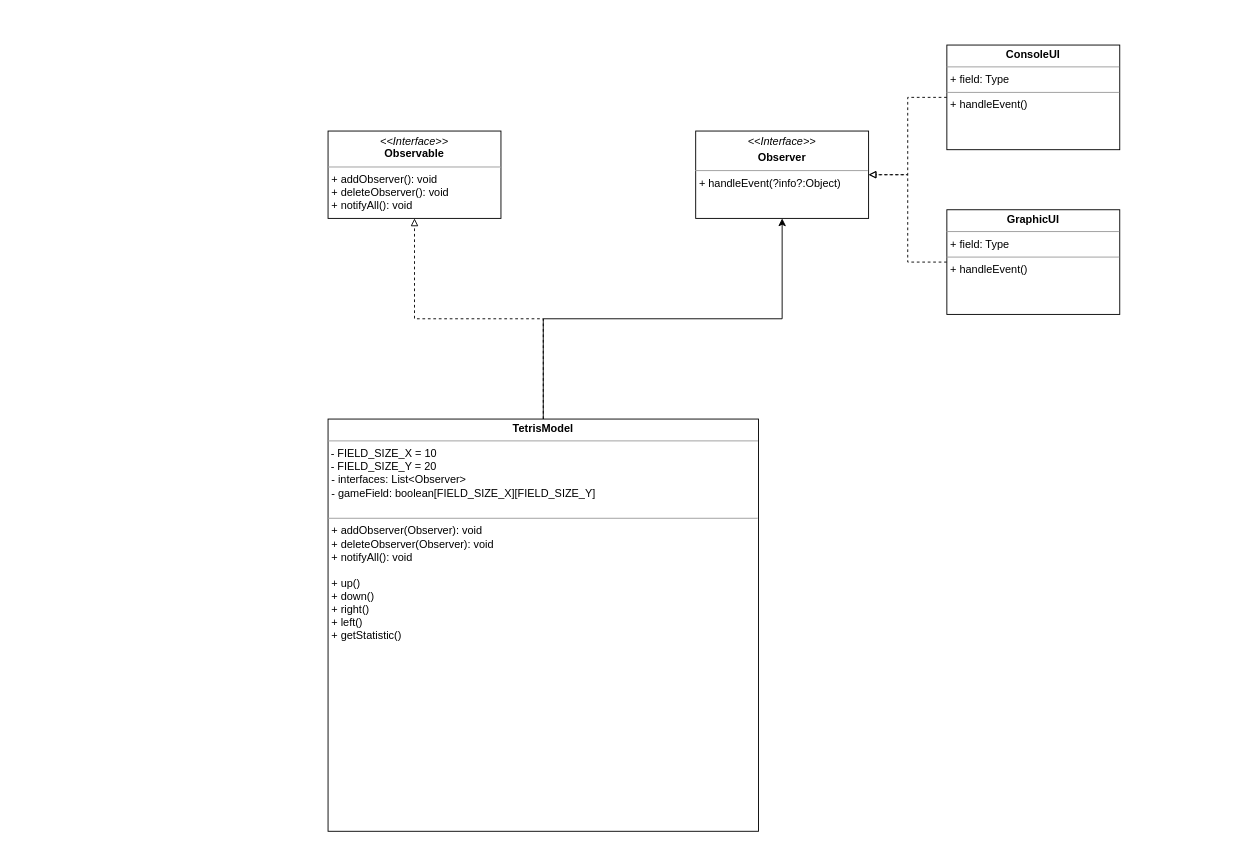
The draw.io diagram JAVA_OOP/uml/tetris.drawio in extio1/FIT_NSU4, before the edit. Source tidied: cells renumbered, new cells numbered last; positions are measured from the earlier drawing's top-left corner, leaving out a move shared by most shapes. Both pictures are drawn from the tidied source at 91%, with x=0, y=0 at pixel (328, 45).
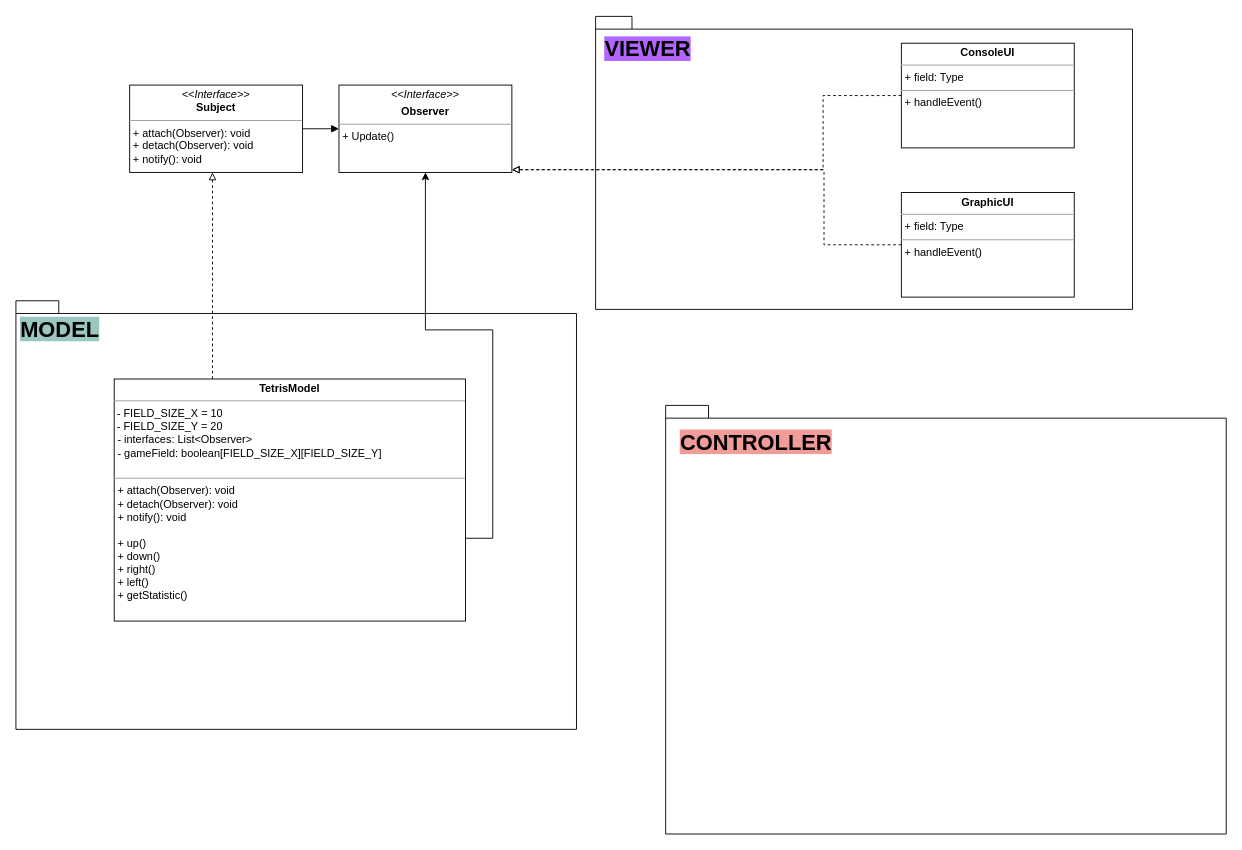
After the change.

The edit, as a diff of the source:
```diff
@@
-    <mxCell id="2" value="&lt;p style=&quot;margin:0px;margin-top:4px;text-align:center;&quot;&gt;&lt;i&gt;&amp;lt;&amp;lt;Interface&amp;gt;&amp;gt;&lt;/i&gt;&lt;br&gt;&lt;b&gt;Observable&lt;/b&gt;&lt;/p&gt;&lt;hr size=&quot;1&quot;&gt;&lt;p style=&quot;margin:0px;margin-left:4px;&quot;&gt;+ addObserver(): void&lt;br&gt;+ deleteObserver(): void&lt;/p&gt;&lt;p style=&quot;margin:0px;margin-left:4px;&quot;&gt;+ notifyAll(): void&lt;/p&gt;" style="verticalAlign=top;align=left;overflow=fill;fontSize=12;fontFamily=Helvetica;html=1;whiteSpace=wrap;" parent="1" vertex="1">
-      <mxGeometry y="94.5" width="190" height="96" as="geometry" />
-    </mxCell>
-    <mxCell id="3" style="edgeStyle=orthogonalEdgeStyle;rounded=0;orthogonalLoop=1;jettySize=auto;html=1;exitX=0.5;exitY=1;exitDx=0;exitDy=0;" parent="1" edge="1" source="2" target="2">
-      <mxGeometry relative="1" as="geometry" />
-    </mxCell>
+    <mxCell id="12" style="group;" parent="1" vertex="1">
+      <mxGeometry x="371" y="396" width="616" height="471" as="geometry" />
+    </mxCell>
+    <mxCell id="13" style="shape=folder;fontStyle=1;spacingTop=10;tabWidth=40;tabHeight=14;tabPosition=left;html=1;whiteSpace=wrap;" parent="12" vertex="1">
+      <mxGeometry width="616" height="471" as="geometry" />
+    </mxCell>
+    <mxCell id="14" value="&lt;font style=&quot;font-size: 24px; background-color: rgb(241, 156, 153);&quot;&gt;CONTROLLER&lt;/font&gt;" style="text;align=center;fontStyle=1;verticalAlign=middle;spacingLeft=3;spacingRight=3;strokeColor=none;html=1;" parent="12" vertex="1">
+      <mxGeometry x="59" y="28" width="80" height="26" as="geometry" />
+    </mxCell>
+    <mxCell id="15" style="group;" parent="1" vertex="1">
+      <mxGeometry x="294" y="-31.5" width="590" height="322" as="geometry" />
+    </mxCell>
+    <mxCell id="16" style="shape=folder;fontStyle=1;spacingTop=10;tabWidth=40;tabHeight=14;tabPosition=left;html=1;whiteSpace=wrap;" parent="15" vertex="1">
+      <mxGeometry width="590" height="322" as="geometry" />
+    </mxCell>
+    <mxCell id="17" value="&lt;font style=&quot;font-size: 24px; background-color: rgb(178, 102, 255);&quot;&gt;VIEWER&lt;/font&gt;" style="text;align=center;fontStyle=1;verticalAlign=middle;spacingLeft=3;spacingRight=3;strokeColor=none;html=1;" parent="15" vertex="1">
+      <mxGeometry x="17" y="23.5" width="80" height="26" as="geometry" />
+    </mxCell>
+    <mxCell id="18" style="group;" parent="1" vertex="1">
+      <mxGeometry x="-343" y="281" width="616" height="471" as="geometry" />
+    </mxCell>
+    <mxCell id="19" style="shape=folder;fontStyle=1;spacingTop=10;tabWidth=40;tabHeight=14;tabPosition=left;html=1;whiteSpace=wrap;" parent="18" vertex="1">
+      <mxGeometry width="616" height="471" as="geometry" />
+    </mxCell>
+    <mxCell id="20" value="&lt;font style=&quot;font-size: 24px; background-color: rgb(154, 199, 191);&quot;&gt;MODEL&lt;/font&gt;" style="text;align=center;fontStyle=1;verticalAlign=middle;spacingLeft=3;spacingRight=3;strokeColor=none;html=1;" parent="18" vertex="1">
+      <mxGeometry x="8" y="19" width="80" height="26" as="geometry" />
+    </mxCell>
+    <mxCell id="8" value="&lt;p style=&quot;margin:0px;margin-top:4px;text-align:center;&quot;&gt;&lt;b&gt;TetrisModel&lt;/b&gt;&lt;/p&gt;&lt;hr size=&quot;1&quot;&gt;&amp;nbsp;- FIELD_SIZE_X = 10&lt;br&gt;&amp;nbsp;- FIELD_SIZE_Y = 20&lt;br&gt;&lt;p style=&quot;margin:0px;margin-left:4px;&quot;&gt;- interfaces: List&amp;lt;Observer&amp;gt;&lt;/p&gt;&lt;p style=&quot;margin:0px;margin-left:4px;&quot;&gt;- gameField: boolean[FIELD_SIZE_X][FIELD_SIZE_Y]&lt;/p&gt;&lt;p style=&quot;margin:0px;margin-left:4px;&quot;&gt;&lt;br&gt;&lt;/p&gt;&lt;hr size=&quot;1&quot;&gt;&lt;p style=&quot;border-color: var(--border-color); margin: 0px 0px 0px 4px;&quot;&gt;+ attach(Observer): void&lt;br style=&quot;border-color: var(--border-color);&quot;&gt;+ detach(Observer): void&lt;/p&gt;&lt;p style=&quot;border-color: var(--border-color); margin: 0px 0px 0px 4px;&quot;&gt;+ notify(): void&lt;/p&gt;&lt;p style=&quot;border-color: var(--border-color); margin: 0px 0px 0px 4px;&quot;&gt;&lt;br&gt;&lt;/p&gt;&lt;p style=&quot;border-color: var(--border-color); margin: 0px 0px 0px 4px;&quot;&gt;+ up()&lt;/p&gt;&lt;p style=&quot;border-color: var(--border-color); margin: 0px 0px 0px 4px;&quot;&gt;+ down()&lt;/p&gt;&lt;p style=&quot;border-color: var(--border-color); margin: 0px 0px 0px 4px;&quot;&gt;+ right()&lt;/p&gt;&lt;p style=&quot;border-color: var(--border-color); margin: 0px 0px 0px 4px;&quot;&gt;+ left()&lt;/p&gt;&lt;p style=&quot;border-color: var(--border-color); margin: 0px 0px 0px 4px;&quot;&gt;+ getStatistic()&lt;/p&gt;&lt;p style=&quot;border-color: var(--border-color); margin: 0px 0px 0px 4px;&quot;&gt;&lt;br&gt;&lt;/p&gt;" style="verticalAlign=top;align=left;overflow=fill;fontSize=12;fontFamily=Helvetica;html=1;whiteSpace=wrap;" parent="18" vertex="1">
+      <mxGeometry x="108" y="86" width="386" height="266" as="geometry" />
+    </mxCell>
+    <mxCell id="21" style="edgeStyle=orthogonalEdgeStyle;rounded=0;jettySize=auto;html=1;endArrow=block;endFill=1;" parent="1" edge="1" source="2" target="9">
+      <mxGeometry relative="1" as="geometry" />
+    </mxCell>
     <mxCell id="4" style="edgeStyle=orthogonalEdgeStyle;rounded=0;jettySize=auto;html=1;endArrow=block;endFill=0;dashed=1;" parent="1" edge="1" source="5" target="9">
-      <mxGeometry relative="1" as="geometry" />
+      <mxGeometry relative="1" as="geometry">
+        <Array as="points">
+          <mxPoint x="545" y="219" />
+          <mxPoint x="545" y="137" />
+        </Array>
+      </mxGeometry>
     </mxCell>
     <mxCell id="5" value="&lt;p style=&quot;margin:0px;margin-top:4px;text-align:center;&quot;&gt;&lt;b&gt;GraphicUI&lt;/b&gt;&lt;/p&gt;&lt;hr size=&quot;1&quot;&gt;&lt;p style=&quot;margin:0px;margin-left:4px;&quot;&gt;+ field: Type&lt;/p&gt;&lt;hr size=&quot;1&quot;&gt;&lt;p style=&quot;margin:0px;margin-left:4px;&quot;&gt;+ handleEvent()&lt;br&gt;&lt;/p&gt;" style="verticalAlign=top;align=left;overflow=fill;fontSize=12;fontFamily=Helvetica;html=1;whiteSpace=wrap;" parent="1" vertex="1">
-      <mxGeometry x="680" y="181" width="190" height="115" as="geometry" />
+      <mxGeometry x="630" y="162" width="190" height="115" as="geometry" />
     </mxCell>
-    <mxCell id="6" style="edgeStyle=orthogonalEdgeStyle;rounded=0;jettySize=auto;html=1;dashed=1;endArrow=block;endFill=0;" parent="1" edge="1" source="8" target="2">
-      <mxGeometry relative="1" as="geometry" />
-    </mxCell>
-    <mxCell id="7" style="edgeStyle=orthogonalEdgeStyle;rounded=0;jettySize=auto;html=1;" parent="1" edge="1" source="8" target="9">
-      <mxGeometry relative="1" as="geometry" />
+    <mxCell id="7" style="edgeStyle=orthogonalEdgeStyle;rounded=0;jettySize=auto;html=1;entryX=0.5;entryY=1;entryDx=0;entryDy=0;" parent="1" edge="1" source="8" target="9">
+      <mxGeometry relative="1" as="geometry">
+        <Array as="points">
+          <mxPoint x="181" y="542" />
+          <mxPoint x="181" y="313" />
+          <mxPoint x="107" y="313" />
+        </Array>
+      </mxGeometry>
     </mxCell>
-    <mxCell id="8" value="&lt;p style=&quot;margin:0px;margin-top:4px;text-align:center;&quot;&gt;&lt;b&gt;TetrisModel&lt;/b&gt;&lt;/p&gt;&lt;hr size=&quot;1&quot;&gt;&amp;nbsp;- FIELD_SIZE_X = 10&lt;br&gt;&amp;nbsp;- FIELD_SIZE_Y = 20&lt;br&gt;&lt;p style=&quot;margin:0px;margin-left:4px;&quot;&gt;- interfaces: List&amp;lt;Observer&amp;gt;&lt;/p&gt;&lt;p style=&quot;margin:0px;margin-left:4px;&quot;&gt;- gameField: boolean[FIELD_SIZE_X][FIELD_SIZE_Y]&lt;/p&gt;&lt;p style=&quot;margin:0px;margin-left:4px;&quot;&gt;&lt;br&gt;&lt;/p&gt;&lt;hr size=&quot;1&quot;&gt;&lt;p style=&quot;border-color: var(--border-color); margin: 0px 0px 0px 4px;&quot;&gt;+ addObserver(Observer): void&lt;br style=&quot;border-color: var(--border-color);&quot;&gt;+ deleteObserver(Observer): void&lt;/p&gt;&lt;p style=&quot;border-color: var(--border-color); margin: 0px 0px 0px 4px;&quot;&gt;+ notifyAll(): void&lt;/p&gt;&lt;p style=&quot;border-color: var(--border-color); margin: 0px 0px 0px 4px;&quot;&gt;&lt;br&gt;&lt;/p&gt;&lt;p style=&quot;border-color: var(--border-color); margin: 0px 0px 0px 4px;&quot;&gt;+ up()&lt;/p&gt;&lt;p style=&quot;border-color: var(--border-color); margin: 0px 0px 0px 4px;&quot;&gt;+ down()&lt;/p&gt;&lt;p style=&quot;border-color: var(--border-color); margin: 0px 0px 0px 4px;&quot;&gt;+ right()&lt;/p&gt;&lt;p style=&quot;border-color: var(--border-color); margin: 0px 0px 0px 4px;&quot;&gt;+ left()&lt;/p&gt;&lt;p style=&quot;border-color: var(--border-color); margin: 0px 0px 0px 4px;&quot;&gt;+ getStatistic()&lt;/p&gt;&lt;p style=&quot;border-color: var(--border-color); margin: 0px 0px 0px 4px;&quot;&gt;&lt;br&gt;&lt;/p&gt;" style="verticalAlign=top;align=left;overflow=fill;fontSize=12;fontFamily=Helvetica;html=1;whiteSpace=wrap;" parent="1" vertex="1">
-      <mxGeometry y="411" width="473" height="453" as="geometry" />
-    </mxCell>
-    <mxCell id="9" value="&lt;p style=&quot;margin:0px;margin-top:4px;text-align:center;&quot;&gt;&lt;i&gt;&amp;lt;&amp;lt;Interface&amp;gt;&amp;gt;&lt;/i&gt;&lt;br&gt;&lt;/p&gt;&lt;p style=&quot;margin:0px;margin-top:4px;text-align:center;&quot;&gt;&lt;b style=&quot;border-color: var(--border-color);&quot;&gt;Observer&lt;/b&gt;&lt;br&gt;&lt;/p&gt;&lt;hr size=&quot;1&quot;&gt;&lt;p style=&quot;margin:0px;margin-left:4px;&quot;&gt;+ handleEvent(?info?:Object)&lt;/p&gt;" style="verticalAlign=top;align=left;overflow=fill;fontSize=12;fontFamily=Helvetica;html=1;whiteSpace=wrap;" parent="1" vertex="1">
-      <mxGeometry x="404" y="94.5" width="190" height="96" as="geometry" />
+    <mxCell id="9" value="&lt;p style=&quot;margin:0px;margin-top:4px;text-align:center;&quot;&gt;&lt;i&gt;&amp;lt;&amp;lt;Interface&amp;gt;&amp;gt;&lt;/i&gt;&lt;br&gt;&lt;/p&gt;&lt;p style=&quot;margin:0px;margin-top:4px;text-align:center;&quot;&gt;&lt;b style=&quot;border-color: var(--border-color);&quot;&gt;Observer&lt;/b&gt;&lt;br&gt;&lt;/p&gt;&lt;hr size=&quot;1&quot;&gt;&lt;p style=&quot;margin:0px;margin-left:4px;&quot;&gt;+ Update()&lt;/p&gt;" style="verticalAlign=top;align=left;overflow=fill;fontSize=12;fontFamily=Helvetica;html=1;whiteSpace=wrap;" parent="1" vertex="1">
+      <mxGeometry x="12" y="44" width="190" height="96" as="geometry" />
     </mxCell>
     <mxCell id="10" style="edgeStyle=orthogonalEdgeStyle;rounded=0;jettySize=auto;html=1;endArrow=block;endFill=0;dashed=1;" parent="1" edge="1" source="11" target="9">
-      <mxGeometry relative="1" as="geometry" />
+      <mxGeometry relative="1" as="geometry">
+        <Array as="points">
+          <mxPoint x="544" y="55" />
+          <mxPoint x="544" y="137" />
+        </Array>
+      </mxGeometry>
     </mxCell>
     <mxCell id="11" value="&lt;p style=&quot;margin:0px;margin-top:4px;text-align:center;&quot;&gt;&lt;b&gt;ConsoleUI&lt;/b&gt;&lt;/p&gt;&lt;hr size=&quot;1&quot;&gt;&lt;p style=&quot;margin:0px;margin-left:4px;&quot;&gt;+ field: Type&lt;/p&gt;&lt;hr size=&quot;1&quot;&gt;&lt;p style=&quot;margin:0px;margin-left:4px;&quot;&gt;+ handleEvent()&lt;br&gt;&lt;/p&gt;" style="verticalAlign=top;align=left;overflow=fill;fontSize=12;fontFamily=Helvetica;html=1;whiteSpace=wrap;" parent="1" vertex="1">
-      <mxGeometry x="680" width="190" height="115" as="geometry" />
+      <mxGeometry x="630" y="-2" width="190" height="115" as="geometry" />
     </mxCell>
+    <mxCell id="2" value="&lt;p style=&quot;margin:0px;margin-top:4px;text-align:center;&quot;&gt;&lt;i&gt;&amp;lt;&amp;lt;Interface&amp;gt;&amp;gt;&lt;/i&gt;&lt;br&gt;&lt;b&gt;Subject&lt;/b&gt;&lt;/p&gt;&lt;hr size=&quot;1&quot;&gt;&lt;p style=&quot;margin:0px;margin-left:4px;&quot;&gt;+ attach(Observer): void&lt;br&gt;+ detach(Observer): void&lt;/p&gt;&lt;p style=&quot;margin:0px;margin-left:4px;&quot;&gt;+ notify(): void&lt;/p&gt;" style="verticalAlign=top;align=left;overflow=fill;fontSize=12;fontFamily=Helvetica;html=1;whiteSpace=wrap;" parent="1" vertex="1">
+      <mxGeometry x="-218" y="44" width="190" height="96" as="geometry" />
+    </mxCell>
+    <mxCell id="3" style="edgeStyle=orthogonalEdgeStyle;rounded=0;orthogonalLoop=1;jettySize=auto;html=1;exitX=0.5;exitY=1;exitDx=0;exitDy=0;" parent="1" edge="1" source="2" target="2">
+      <mxGeometry relative="1" as="geometry" />
+    </mxCell>
+    <mxCell id="6" style="edgeStyle=orthogonalEdgeStyle;rounded=0;jettySize=auto;html=1;dashed=1;endArrow=block;endFill=0;" parent="1" edge="1" source="8" target="2">
+      <mxGeometry relative="1" as="geometry">
+        <Array as="points">
+          <mxPoint x="-127" y="225" />
+          <mxPoint x="-127" y="225" />
+        </Array>
+      </mxGeometry>
+    </mxCell>
```
